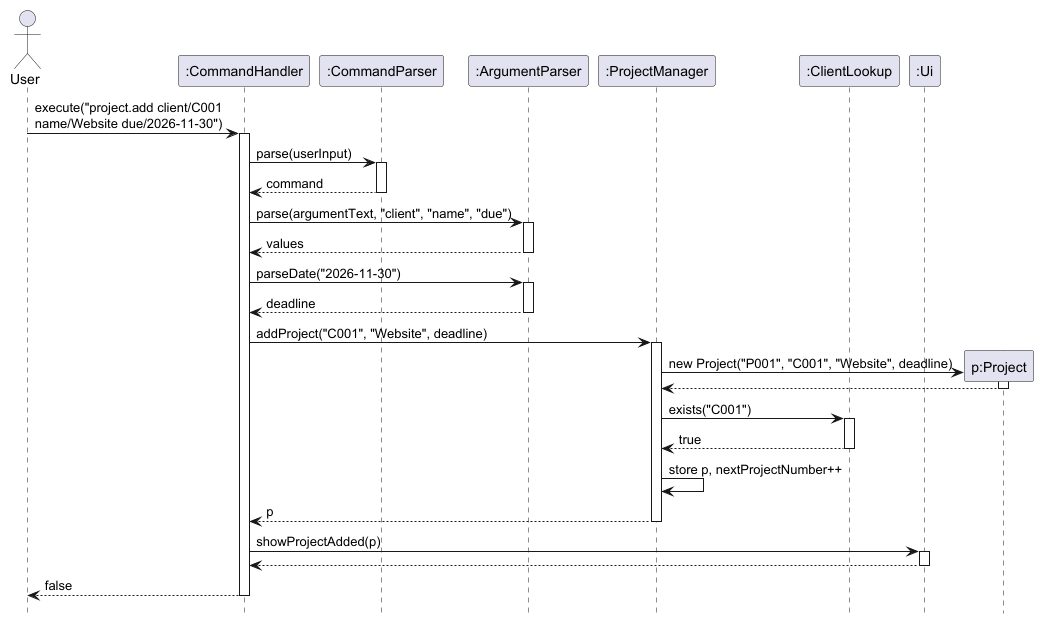
Earlier version of the PlantUML export docs/images/AddProjectSequenceDiagram.png (AY2627S1-CS2113-T10-3/tp). Source of this version:
```plantuml
@startuml
hide footbox

actor User
participant ":CommandHandler" as CH
participant ":CommandParser" as CP
participant ":ArgumentParser" as AP
participant ":ProjectManager" as PM
participant ":ClientLookup" as CL
participant ":Ui" as UI

User -> CH : execute("project.add client/C001\nname/Website due/2026-11-30")
activate CH

CH -> CP : parse(userInput)
activate CP
CP --> CH : command
deactivate CP

CH -> AP : parse(argumentText, "client", "name", "due")
activate AP
AP --> CH : values
deactivate AP

CH -> AP : parseDate("2026-11-30")
activate AP
AP --> CH : deadline
deactivate AP

CH -> PM : addProject("C001", "Website", deadline)
activate PM

create "p:Project" as P
PM -> P : new Project("P001", "C001", "Website", deadline)
activate P
P --> PM
deactivate P

PM -> CL : exists("C001")
activate CL
CL --> PM : true
deactivate CL

PM -> PM : store p, nextProjectNumber++
PM --> CH : p
deactivate PM

CH -> UI : showProjectAdded(p)
activate UI
UI --> CH
deactivate UI

CH --> User : false
deactivate CH
@enduml
```
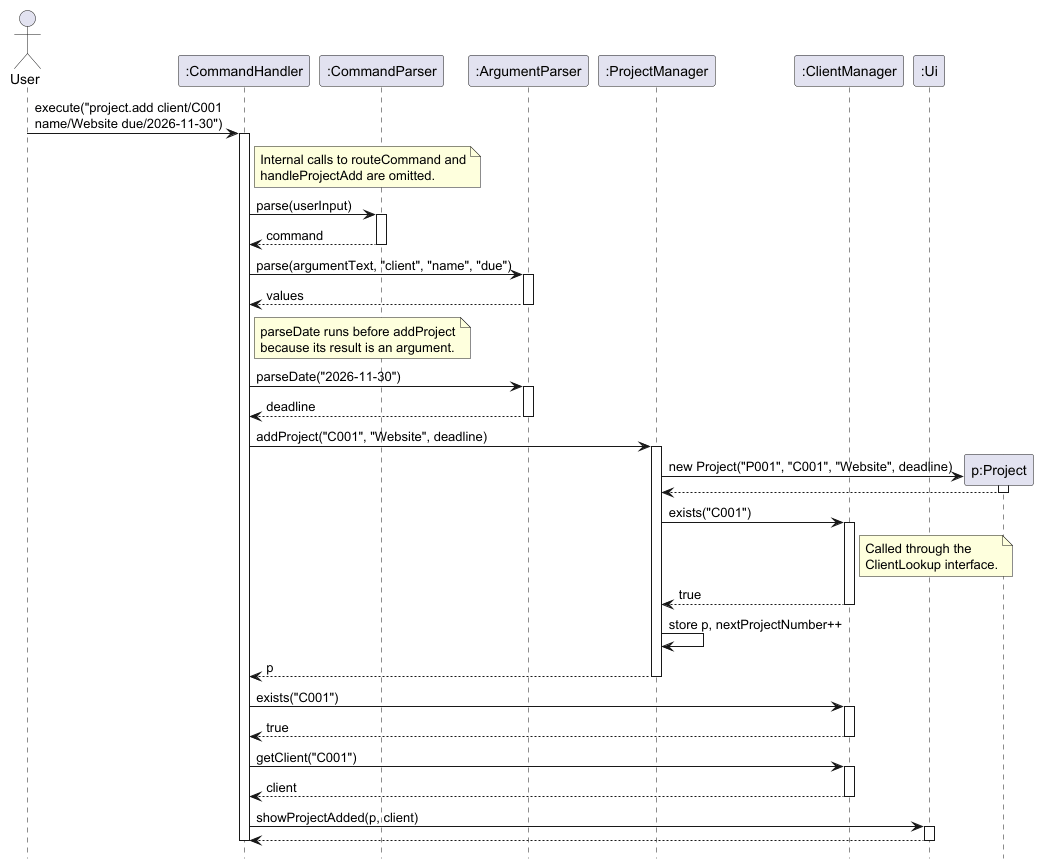
Later version of the same file.

The edit, as a diff of the source:
```diff
@@ -6,11 +6,16 @@
 participant ":CommandParser" as CP
 participant ":ArgumentParser" as AP
 participant ":ProjectManager" as PM
-participant ":ClientLookup" as CL
+participant ":ClientManager" as CM
 participant ":Ui" as UI
 
 User -> CH : execute("project.add client/C001\nname/Website due/2026-11-30")
 activate CH
+
+note right of CH
+  Internal calls to routeCommand and
+  handleProjectAdd are omitted.
+end note
 
 CH -> CP : parse(userInput)
 activate CP
@@ -21,6 +26,11 @@
 activate AP
 AP --> CH : values
 deactivate AP
+
+note right of CH
+  parseDate runs before addProject
+  because its result is an argument.
+end note
 
 CH -> AP : parseDate("2026-11-30")
 activate AP
@@ -36,20 +46,30 @@
 P --> PM
 deactivate P
 
-PM -> CL : exists("C001")
-activate CL
-CL --> PM : true
-deactivate CL
+PM -> CM : exists("C001")
+activate CM
+note right of CM : Called through the\nClientLookup interface.
+CM --> PM : true
+deactivate CM
 
 PM -> PM : store p, nextProjectNumber++
 PM --> CH : p
 deactivate PM
 
-CH -> UI : showProjectAdded(p)
+CH -> CM : exists("C001")
+activate CM
+CM --> CH : true
+deactivate CM
+
+CH -> CM : getClient("C001")
+activate CM
+CM --> CH : client
+deactivate CM
+
+CH -> UI : showProjectAdded(p, client)
 activate UI
 UI --> CH
 deactivate UI
 
-CH --> User : false
 deactivate CH
 @enduml
```
